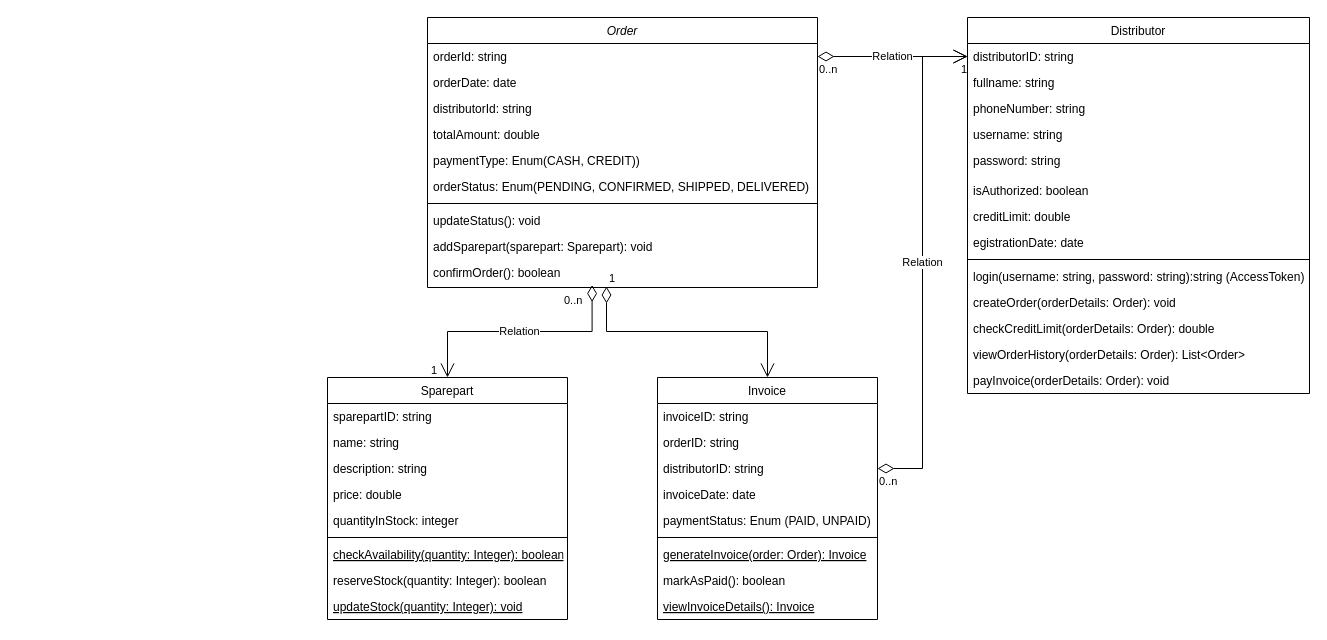
Before: ElectricCarFactory.drawio in caturprasatya/TP-UML, a draw.io diagram. Source tidied: cells renumbered, new cells numbered last; positions are measured from the earlier drawing's top-left corner, leaving out a move shared by most shapes. Both pictures are drawn from the tidied source at 100%, with x=0, y=0 at pixel (327, 17).
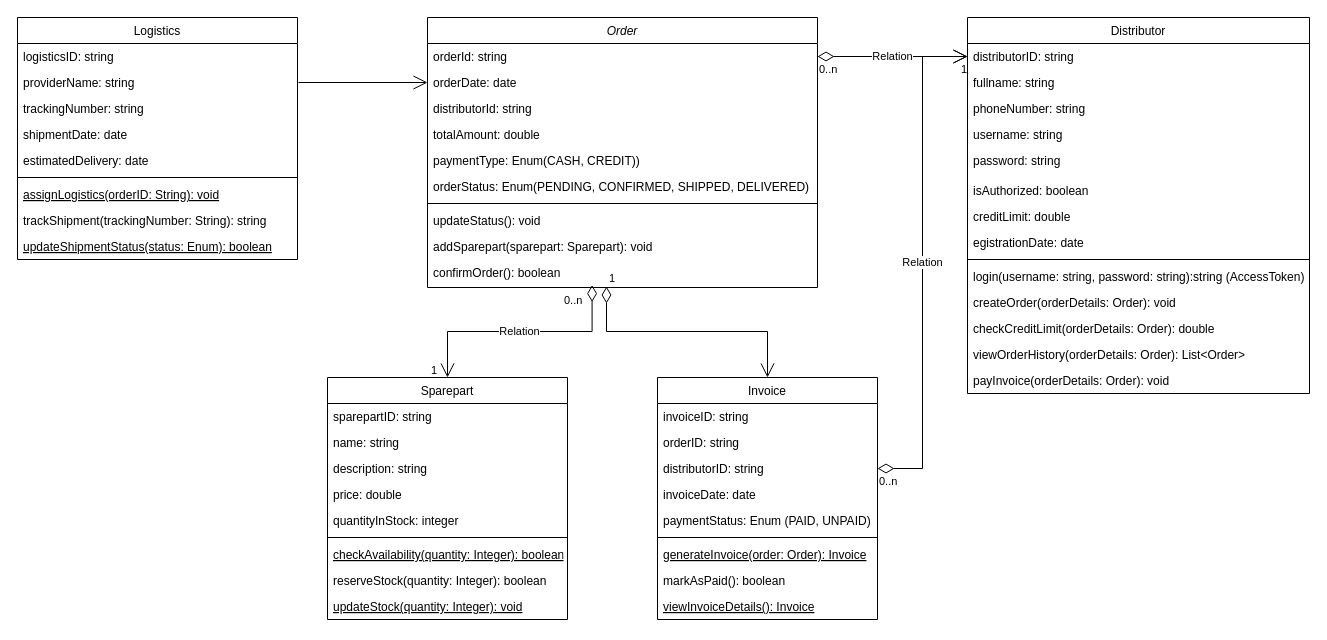
Above is the later version.

Commit message:
add logistics class ElectricCarFactory.drawio

The change refers to these unchanged cells:
```xml
<mxCell id="4" value="orderDate: date" style="text;align=left;verticalAlign=top;spacingLeft=4;spacingRight=4;overflow=hidden;points=[[0,0.5],[1,0.5]];portConstraint=eastwest;rounded=0;shadow=0;html=0;" parent="2" vertex="1">
  <mxGeometry y="52" width="390" height="26" as="geometry" />
</mxCell>
```

The edit, as a diff of the source:
```diff
@@
+    <mxCell id="58" value="Logistics" style="swimlane;fontStyle=0;align=center;verticalAlign=top;horizontal=1;startSize=26;rounded=0;shadow=0;strokeWidth=1;" parent="1" vertex="1">
+      <mxGeometry x="-310" width="280" height="242" as="geometry" />
+    </mxCell>
+    <mxCell id="59" value="logisticsID: string" style="text;align=left;verticalAlign=top;spacingLeft=4;spacingRight=4;overflow=hidden;" parent="58" vertex="1">
+      <mxGeometry y="26" width="280" height="26" as="geometry" />
+    </mxCell>
+    <mxCell id="60" value="providerName: string" style="text;align=left;verticalAlign=top;spacingLeft=4;spacingRight=4;overflow=hidden;rounded=0;shadow=0;html=0;" parent="58" vertex="1">
+      <mxGeometry y="52" width="280" height="26" as="geometry" />
+    </mxCell>
+    <mxCell id="61" value="trackingNumber: string" style="text;align=left;verticalAlign=top;spacingLeft=4;spacingRight=4;overflow=hidden;rounded=0;shadow=0;html=0;" parent="58" vertex="1">
+      <mxGeometry y="78" width="280" height="26" as="geometry" />
+    </mxCell>
+    <mxCell id="62" value="shipmentDate: date" style="text;align=left;verticalAlign=top;spacingLeft=4;spacingRight=4;overflow=hidden;rounded=0;shadow=0;html=0;" parent="58" vertex="1">
+      <mxGeometry y="104" width="280" height="26" as="geometry" />
+    </mxCell>
+    <mxCell id="63" value="estimatedDelivery: date" style="text;align=left;verticalAlign=top;spacingLeft=4;spacingRight=4;overflow=hidden;rounded=0;shadow=0;html=0;" parent="58" vertex="1">
+      <mxGeometry y="130" width="280" height="26" as="geometry" />
+    </mxCell>
+    <mxCell id="64" style="line;html=1;strokeWidth=1;align=left;verticalAlign=middle;spacingTop=-1;spacingLeft=3;spacingRight=3;labelPosition=right;" parent="58" vertex="1">
+      <mxGeometry y="156" width="280" height="8" as="geometry" />
+    </mxCell>
+    <mxCell id="65" value="assignLogistics(orderID: String): void" style="text;align=left;verticalAlign=top;spacingLeft=4;spacingRight=4;overflow=hidden;fontStyle=4;" parent="58" vertex="1">
+      <mxGeometry y="164" width="280" height="26" as="geometry" />
+    </mxCell>
+    <mxCell id="66" value="trackShipment(trackingNumber: String): string" style="text;align=left;verticalAlign=top;spacingLeft=4;spacingRight=4;overflow=hidden;" parent="58" vertex="1">
+      <mxGeometry y="190" width="280" height="26" as="geometry" />
+    </mxCell>
+    <mxCell id="67" value="updateShipmentStatus(status: Enum): boolean" style="text;align=left;verticalAlign=top;spacingLeft=4;spacingRight=4;overflow=hidden;fontStyle=4;" parent="58" vertex="1">
+      <mxGeometry y="216" width="280" height="26" as="geometry" />
+    </mxCell>
+    <mxCell id="68" style="endArrow=open;endFill=1;endSize=12;html=1;rounded=0;entryX=0;entryY=0.5;entryDx=0;entryDy=0;" parent="1" edge="1" target="4">
+      <mxGeometry relative="1" as="geometry">
+        <mxPoint x="-29" y="65" as="sourcePoint" />
+      </mxGeometry>
+    </mxCell>
```
